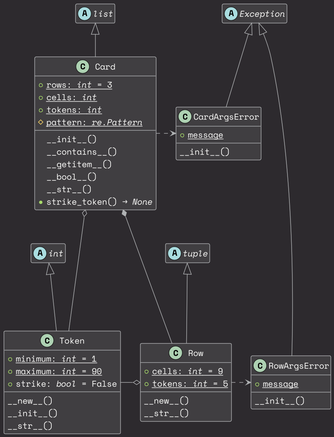
Above: docs/model.png in learning-AIU/python-developer-9 (PlantUML), before the change.
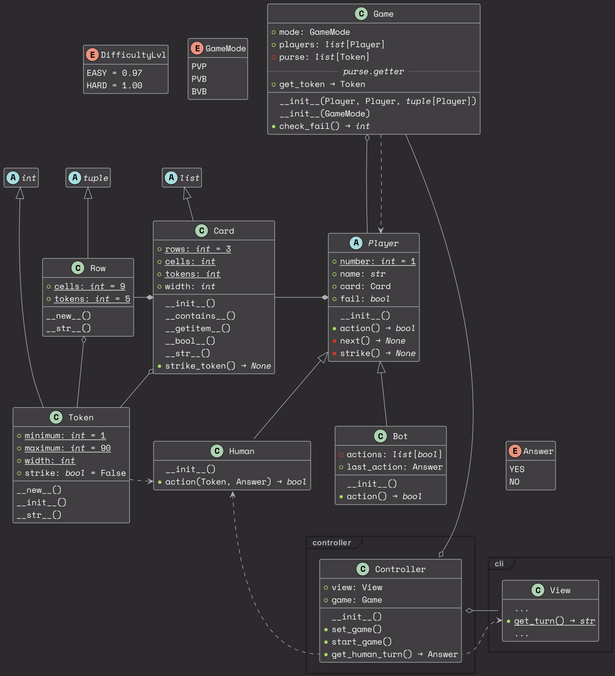
The same file after the commit.

Commit message:
обновление диаграммы классов, добавление диаграммы модулей

Change to the diagram source:
```diff
@@ -2,28 +2,80 @@
 
 !theme monokai from ..\data
 
+
+skinparam package {
+    BorderThickness 2
+}
+
+
 hide abstract empty members
+hide enum empty members
+hide class empty members
 
 
 abstract class int
 abstract class tuple
 abstract class list
-abstract class Exception
 
 
-class RowArgsError {
-    +{static}message
+
+    enum GameMode {
+        PVP
+        PVB
+        BVB
+    }
+    enum DifficultyLvl {
+        EASY = 0.97
+        HARD = 1.00
+    }
+    enum Answer {
+        YES
+        NO
+    }
+
+abstract class Player {
+    +{static}number: <i>int</i> = 1
+    +name: <i>str</i>
+    +card: Card
+    +fail: <i>bool</i>
     __init__()
+    +action() → <i>bool</i>
+    -next() → <i>None</i>
+    -strike() → <i>None</i>
 }
-class CardArgsError {
-    +{static}message
+
+
+class Human {
     __init__()
+    +action(Token, Answer) → <i>bool</i>
+}
+
+
+class Bot {
+    -actions: <i>list</i>[<i>bool</i>]
+    +last_action: Answer
+    __init__()
+    +action() → <i>bool</i>
+}
+
+
+class Game {
+    +mode: GameMode
+    +players: <i>list</i>[Player]
+    -purse: <i>list</i>[Token]
+    ..<i> purse.getter </i>..
+    +get_token → Token
+    __
+    __init__(Player, Player, <i>tuple</i>[Player])
+    __init__(GameMode)
+    +check_fail() → <i>int</i>
 }
 
 
 class Token {
     +{static}minimum: <i>int</i> = 1
     +{static}maximum: <i>int</i> = 90
+    +{static}width: <i>int</i>
     +strike: <i>bool</i> = False
     __new__()
     __init__()
@@ -43,7 +95,7 @@
     +{static}rows: <i>int</i> = 3
     +{static}cells: <i>int</i>
     +{static}tokens: <i>int</i>
-    #{static}pattern: <i>re.Pattern</i>
+    +width: <i>int</i>
     __init__()
     __contains__()
     __getitem__()
@@ -52,23 +104,62 @@
     +strike_token() → <i>None</i>
 }
 
+frame "  controller   " as c {
+    class Controller {
+        +view: View
+        +game: Game
+        __init__()
+        +set_game()
+        +start_game()
+        +get_human_turn() → Answer
+    }
+}
 
-Exception <|--- RowArgsError
-Exception <|-- CardArgsError
+
+frame "  cli   " as v {
+    class View {
+        {method}...
+        +{static}get_turn() → <i>str</i>
+        {method}...
+    }
+}
+
+
 
 int <|--- Token
-tuple <|--- Row
+tuple <|-- Row
 list <|-- Card
 
-Row o-left- Token
-Row .right.> RowArgsError
+Row o-down- Token
 
-Card *-- Row
+Card *-left- Row
 Card o-- Token
-Card .right.> CardArgsError
 
-CardArgsError <-down[hidden]- tuple
-int <-right[hidden]- tuple
+
+Player *-left- Card
+Player <|-- Human
+Player <|-- Bot
+
+Human <... Controller::get_human_turn
+Human::action <.left. Token
+
+Controller::get_human_turn .left.> View::get_turn
+View -right-o Controller
+
+Controller o-- Game
+
+
+Game o--- Player
+Game ...> Player
+
+
+GameMode -left[hidden]- DifficultyLvl
+Game -left[hidden]- GameMode
+int -right[hidden]- tuple
+tuple -right[hidden]- list
+Bot -down[hidden]- Controller
+Answer -left[hidden]- Bot
+Human -right[hidden]- Bot
 
 
 @enduml
```
